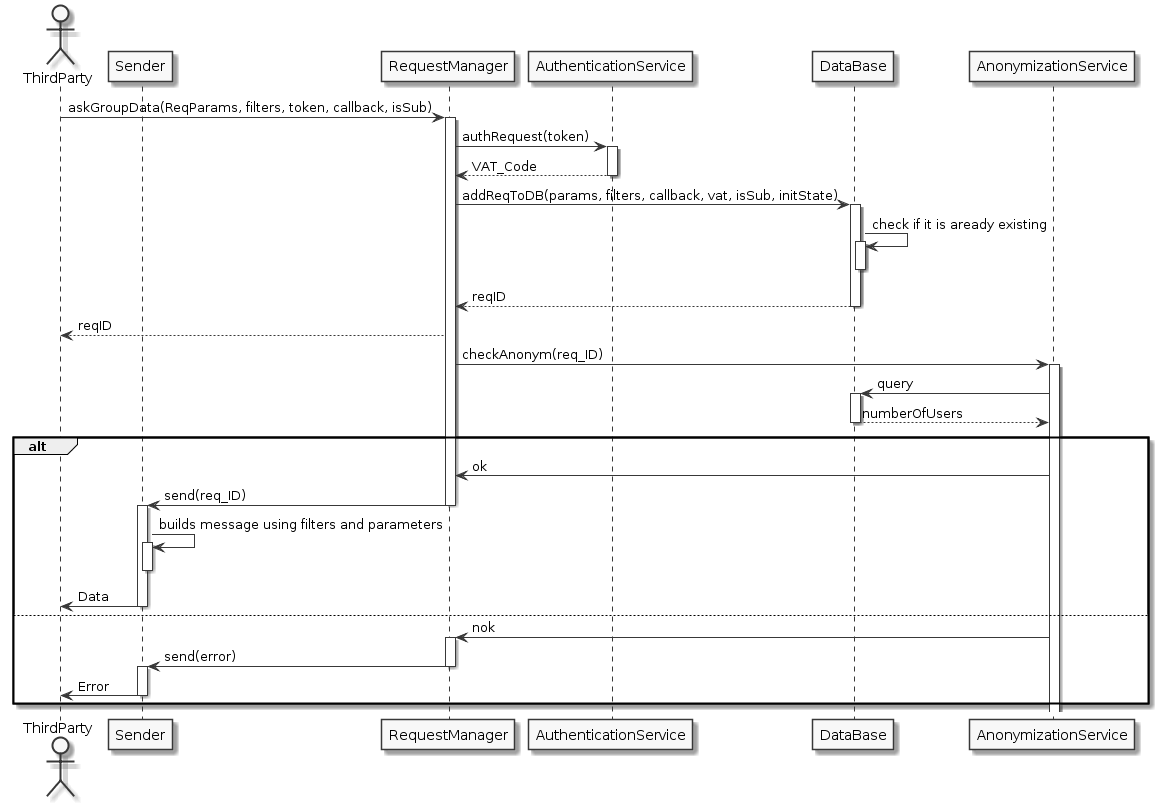
Earlier version of the PlantUML export DD/images/group_seq.png (AlviseDeFaveri/BiscontiniDeFaveriGelli). Source of this version:
```plantuml
@startuml
skinparam monochrome true
actor ThirdParty as TP
participant Sender as SND
participant RequestManager as REQ
participant AuthenticationService as AUTH
participant DataBase as DB
participant AnonymizationService as NOT

TP -> REQ : askGroupData(ReqParams, filters, token, callback, isSub)
activate REQ
REQ -> AUTH: authRequest(token)
activate AUTH
AUTH --> REQ: VAT_Code
deactivate AUTH


REQ -> DB : addReqToDB(params, filters, callback, vat, isSub, initState)
activate DB
DB -> DB: check if it is aready existing
activate DB
deactivate DB
DB --> REQ : reqID
deactivate DB

REQ --> TP : reqID
REQ -> NOT : checkAnonym(req_ID)
activate NOT
NOT -> DB : query
activate DB
DB --> NOT : numberOfUsers
deactivate DB

alt
NOT -> REQ : ok
REQ -> SND : send(req_ID)
deactivate REQ
activate SND
SND -> SND : builds message using filters and parameters
activate SND
deactivate SND
SND -> TP: Data
deactivate SND

else

NOT -> REQ : nok
activate REQ
REQ -> SND : send(error)
deactivate REQ
activate SND
SND -> TP: Error
deactivate SND

end
@enduml
```
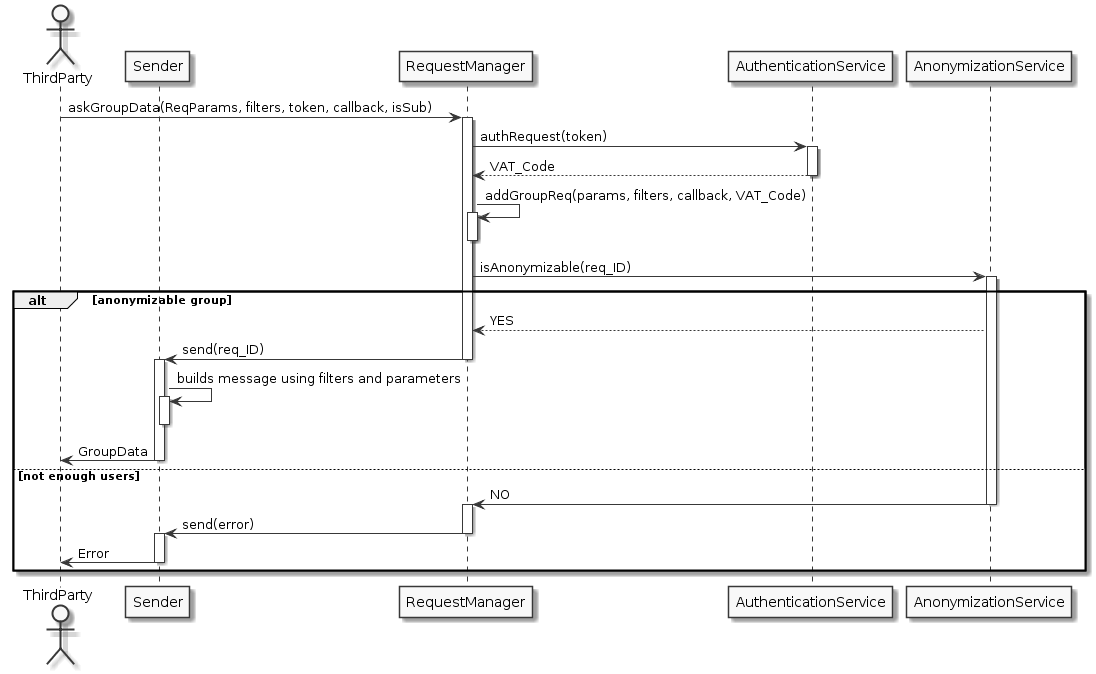
After the change.

Diff of the diagram source:
```diff
@@ -4,7 +4,6 @@
 participant Sender as SND
 participant RequestManager as REQ
 participant AuthenticationService as AUTH
-participant DataBase as DB
 participant AnonymizationService as NOT
 
 TP -> REQ : askGroupData(ReqParams, filters, token, callback, isSub)
@@ -15,36 +14,30 @@
 deactivate AUTH
 
 
-REQ -> DB : addReqToDB(params, filters, callback, vat, isSub, initState)
-activate DB
-DB -> DB: check if it is aready existing
-activate DB
-deactivate DB
-DB --> REQ : reqID
-deactivate DB
+REQ -> REQ : addGroupReq(params, filters, callback, VAT_Code)
+activate REQ
+deactivate REQ
 
-REQ --> TP : reqID
-REQ -> NOT : checkAnonym(req_ID)
+REQ -> NOT : isAnonymizable(req_ID)
 activate NOT
-NOT -> DB : query
-activate DB
-DB --> NOT : numberOfUsers
-deactivate DB
 
-alt
-NOT -> REQ : ok
+alt anonymizable group
+NOT --> REQ : YES
+
 REQ -> SND : send(req_ID)
 deactivate REQ
 activate SND
 SND -> SND : builds message using filters and parameters
 activate SND
 deactivate SND
-SND -> TP: Data
+SND -> TP: GroupData
 deactivate SND
 
-else
+else not enough users
 
-NOT -> REQ : nok
+NOT -> REQ : NO
+deactivate NOT
+
 activate REQ
 REQ -> SND : send(error)
 deactivate REQ
```
